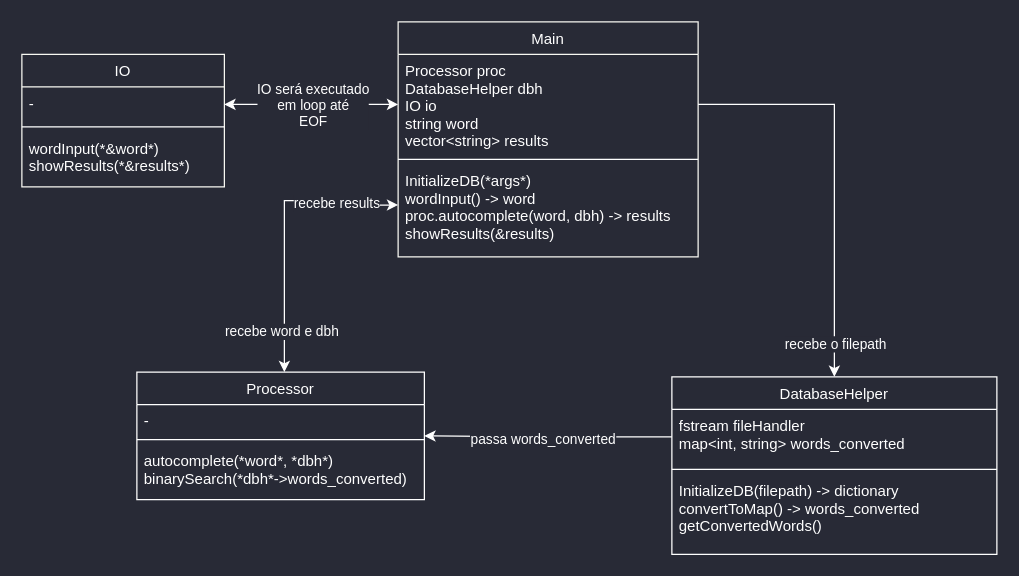
Above: autocomplete.drawio in JulioMelo-Classes/trabalho-3-1-autocomplete-jovi-j (draw.io), before the change. Source tidied: cells renumbered, new cells numbered last; positions are measured from the earlier drawing's top-left corner, leaving out a move shared by most shapes. Both pictures are drawn from the tidied source at 125%, with x=0, y=0 at pixel (21, 21).
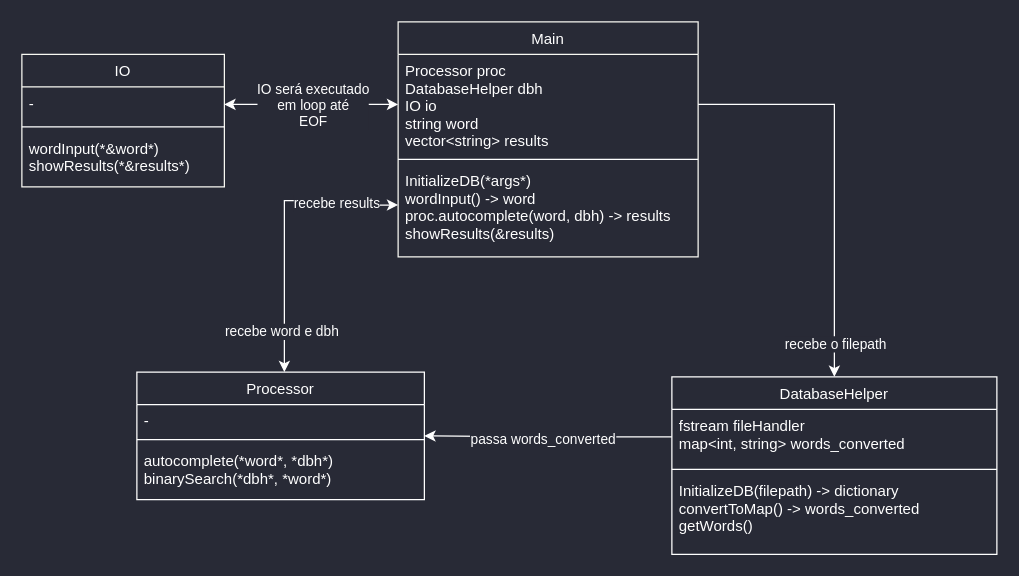
The same page after the edit.

The change refers to these unchanged cells:
```xml
<mxCell id="6" value="DatabaseHelper" style="swimlane;fontStyle=0;align=center;verticalAlign=top;horizontal=1;startSize=26;rounded=0;shadow=0;strokeWidth=1;fontColor=#FFFFFF;fillColor=none;labelBorderColor=none;strokeColor=#FFFFFF;" parent="1" vertex="1">
  <mxGeometry x="520" y="284" width="260" height="142" as="geometry" />
</mxCell>
<mxCell id="10" value="Processor" style="swimlane;fontStyle=0;align=center;verticalAlign=top;horizontal=1;startSize=26;rounded=0;shadow=0;strokeWidth=1;fontColor=#FFFFFF;labelBorderColor=none;fillColor=none;strokeColor=#FFFFFF;" parent="1" vertex="1">
  <mxGeometry x="92" y="280.2" width="230" height="102" as="geometry" />
</mxCell>
```

Change to the diagram source:
```diff
@@
-    <mxCell id="9" value="InitializeDB(filepath) -&gt; dictionary&#10;convertToMap() -&gt; words_converted&#10;getConvertedWords()" style="text;align=left;verticalAlign=top;spacingLeft=4;spacingRight=4;overflow=hidden;fontColor=#FFFFFF;labelBorderColor=none;" parent="6" vertex="1">
+    <mxCell id="9" value="InitializeDB(filepath) -&gt; dictionary&#10;convertToMap() -&gt; words_converted&#10;getWords()" style="text;align=left;verticalAlign=top;spacingLeft=4;spacingRight=4;overflow=hidden;fontColor=#FFFFFF;labelBorderColor=none;" parent="6" vertex="1">
       <mxGeometry y="78" width="260" height="44" as="geometry" />
     </mxCell>
@@
-    <mxCell id="13" value="autocomplete(*word*, *dbh*)&#10;binarySearch(*dbh*-&gt;words_converted)&#10;" style="text;align=left;verticalAlign=top;spacingLeft=4;spacingRight=4;overflow=hidden;fontColor=#FFFFFF;labelBorderColor=none;" parent="10" vertex="1">
+    <mxCell id="13" value="autocomplete(*word*, *dbh*)&#10;binarySearch(*dbh*, *word*)&#10;" style="text;align=left;verticalAlign=top;spacingLeft=4;spacingRight=4;overflow=hidden;fontColor=#FFFFFF;labelBorderColor=none;" parent="10" vertex="1">
       <mxGeometry y="58" width="230" height="44" as="geometry" />
     </mxCell>
```
